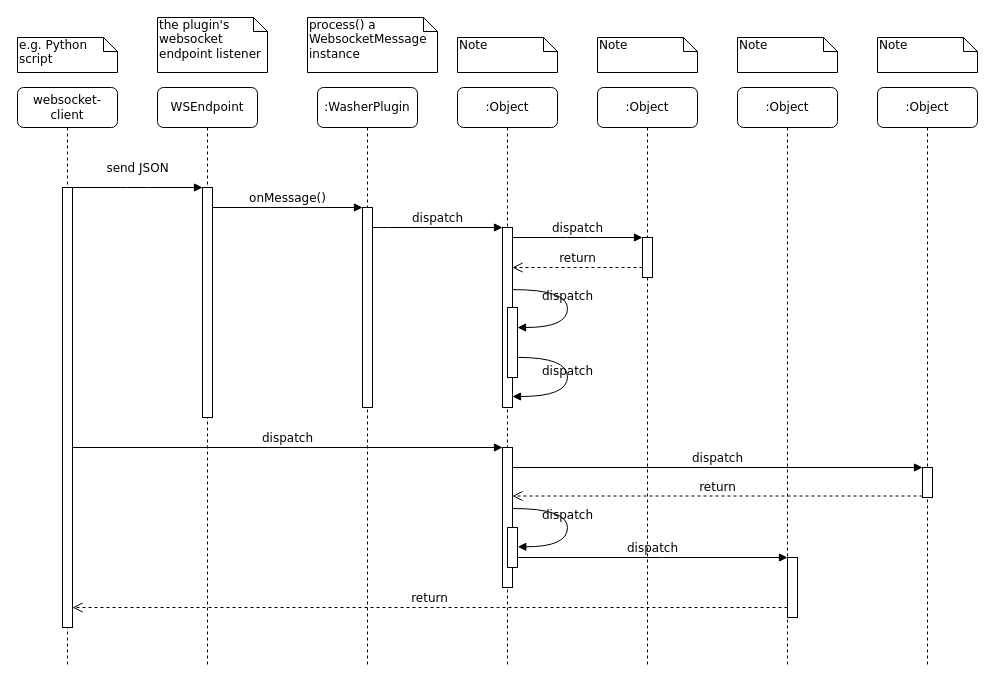
This is washer-client/washer/Untitled Diagram.drawio from bildzeitung/washer, a draw.io file, before an edit. Source tidied: cells renumbered, new cells numbered last; positions are measured from the earlier drawing's top-left corner, leaving out a move shared by most shapes. Both pictures are drawn from the tidied source at 100%, with x=0, y=0 at pixel (17, 17).
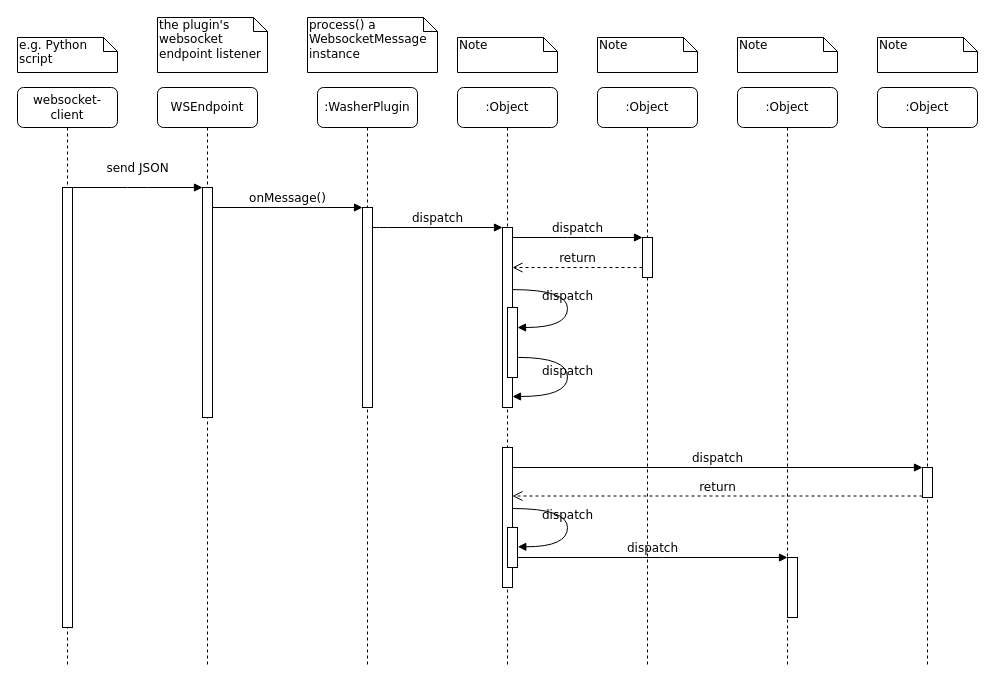
Above is the later version.

Unchanged cells that the change refers to:
```xml
<mxCell id="11" style="html=1;points=[];perimeter=orthogonalPerimeter;rounded=0;shadow=0;comic=0;labelBackgroundColor=none;strokeColor=#000000;strokeWidth=1;fillColor=#FFFFFF;fontFamily=Verdana;fontSize=12;fontColor=#000000;align=center;" parent="10" vertex="1">
  <mxGeometry x="45" y="100" width="10" height="440" as="geometry" />
</mxCell>
<mxCell id="17" style="html=1;points=[];perimeter=orthogonalPerimeter;rounded=0;shadow=0;comic=0;labelBackgroundColor=none;strokeColor=#000000;strokeWidth=1;fillColor=#FFFFFF;fontFamily=Verdana;fontSize=12;fontColor=#000000;align=center;" parent="1" vertex="1">
  <mxGeometry x="485" y="430" width="10" height="140" as="geometry" />
</mxCell>
<mxCell id="22" style="html=1;points=[];perimeter=orthogonalPerimeter;rounded=0;shadow=0;comic=0;labelBackgroundColor=none;strokeColor=#000000;strokeWidth=1;fillColor=#FFFFFF;fontFamily=Verdana;fontSize=12;fontColor=#000000;align=center;" parent="1" vertex="1">
  <mxGeometry x="770" y="540" width="10" height="60" as="geometry" />
</mxCell>
```

Diff of the diagram source:
```diff
@@
-    <mxCell id="18" value="dispatch" style="html=1;verticalAlign=bottom;endArrow=block;entryX=0;entryY=0;labelBackgroundColor=none;fontFamily=Verdana;fontSize=12;" parent="1" edge="1" source="11" target="17">
-      <mxGeometry relative="1" as="geometry" />
-    </mxCell>
@@
-    <mxCell id="24" value="return" style="html=1;verticalAlign=bottom;endArrow=open;dashed=1;endSize=8;labelBackgroundColor=none;fontFamily=Verdana;fontSize=12;edgeStyle=elbowEdgeStyle;elbow=vertical;" parent="1" edge="1" source="22" target="11">
-      <mxGeometry relative="1" as="geometry">
-        <Array as="points">
-          <mxPoint x="470" y="590" />
-        </Array>
-      </mxGeometry>
-    </mxCell>
```
